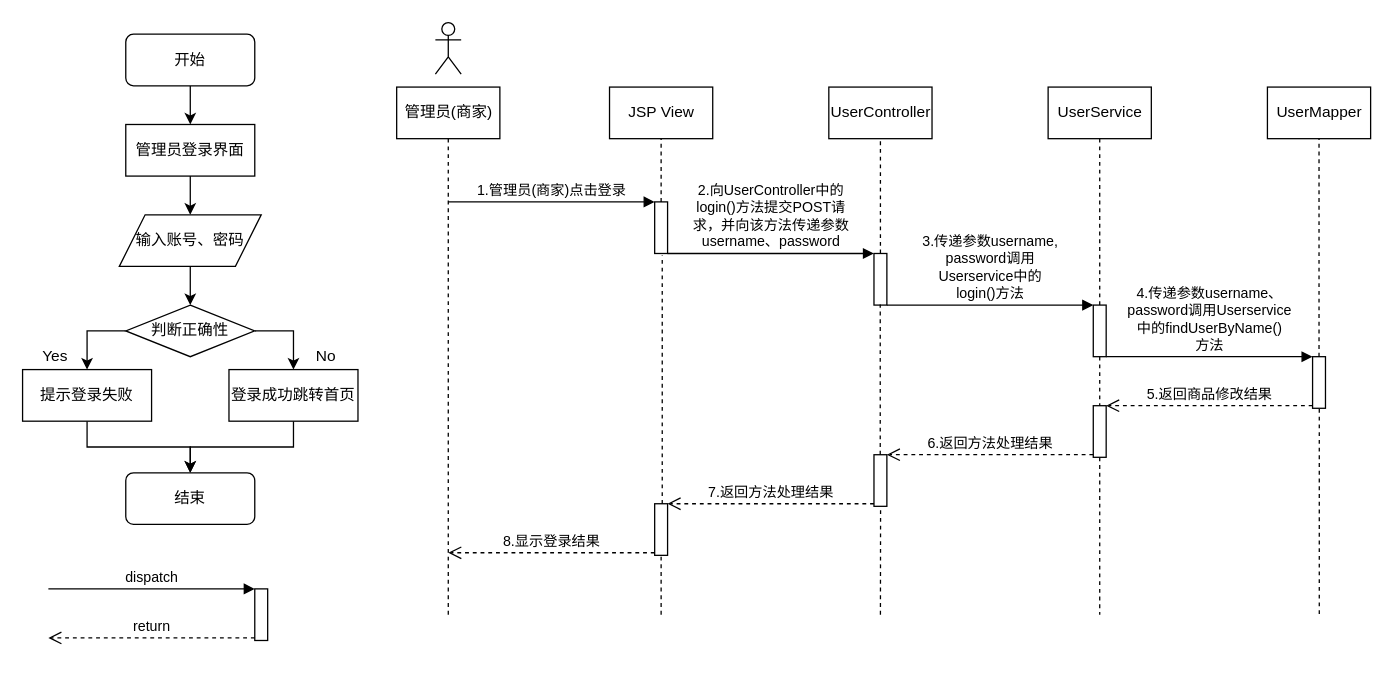
Earlier version of the draw.io diagram page "Page-16" (10 of 25) of Untitled Diagram.drawio (hongkingking/hkk). Source tidied: cells renumbered, new cells numbered last; positions are measured from the earlier drawing's top-left corner, leaving out a move shared by most shapes. Both pictures are drawn from the tidied source at 129%, with x=0, y=0 at pixel (22, 22).
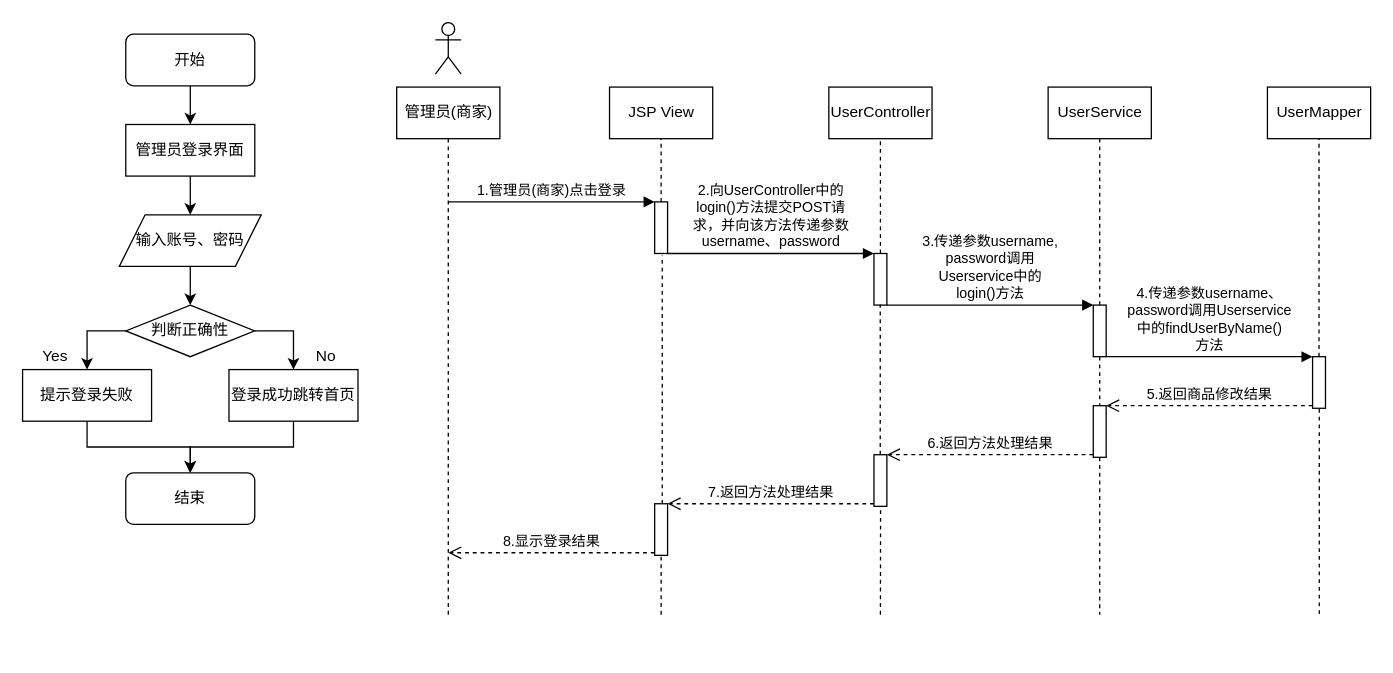
The same diagram, later.

Change to the diagram source:
```diff
@@
-    <mxCell id="29" style="html=1;points=[];perimeter=orthogonalPerimeter;" parent="1" vertex="1">
-      <mxGeometry x="180" y="439" width="10" height="40" as="geometry" />
-    </mxCell>
-    <mxCell id="30" value="dispatch" style="html=1;verticalAlign=bottom;endArrow=block;entryX=0;entryY=0;rounded=0;" parent="1" edge="1" target="29">
-      <mxGeometry relative="1" as="geometry">
-        <mxPoint x="20" y="439" as="sourcePoint" />
-      </mxGeometry>
-    </mxCell>
-    <mxCell id="31" value="return" style="html=1;verticalAlign=bottom;endArrow=open;dashed=1;endSize=8;exitX=0;exitY=0.95;rounded=0;" parent="1" edge="1" source="29">
-      <mxGeometry relative="1" as="geometry">
-        <mxPoint x="20" y="477" as="targetPoint" />
-      </mxGeometry>
-    </mxCell>
```
